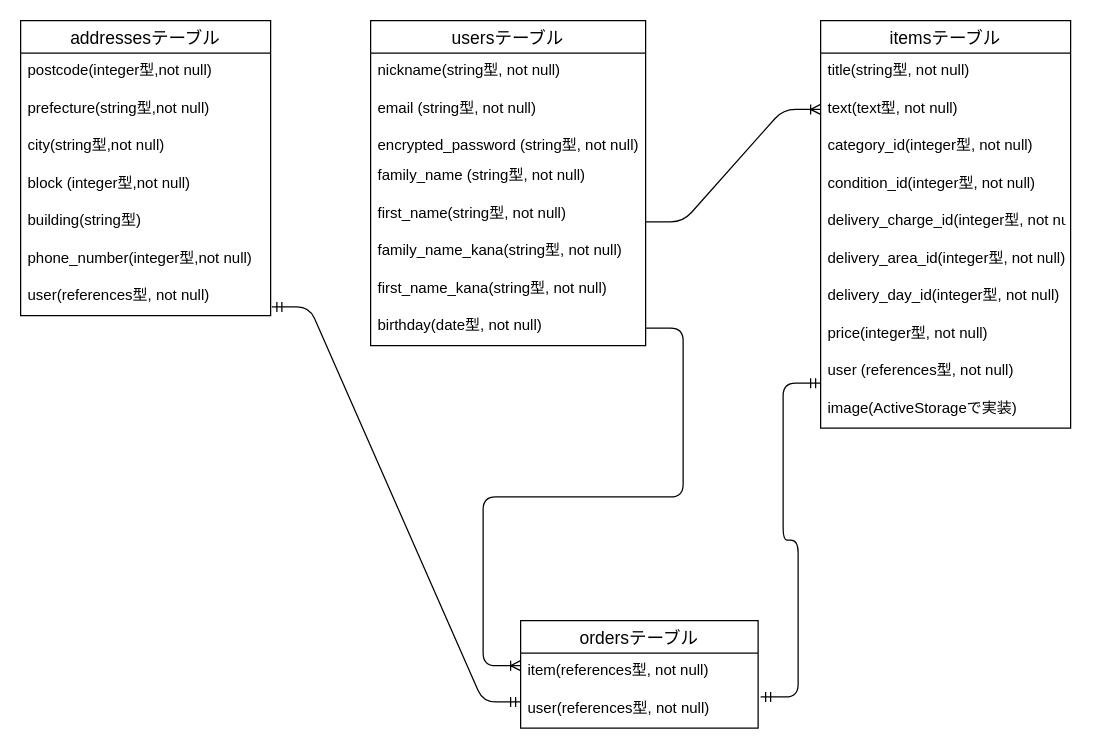
Earlier version of the draw.io diagram ER.dio (emily-08/furima-34769). Source tidied: cells renumbered, new cells numbered last; positions are measured from the earlier drawing's top-left corner, leaving out a move shared by most shapes. Both pictures are drawn from the tidied source at 125%, with x=0, y=0 at pixel (20, 20).
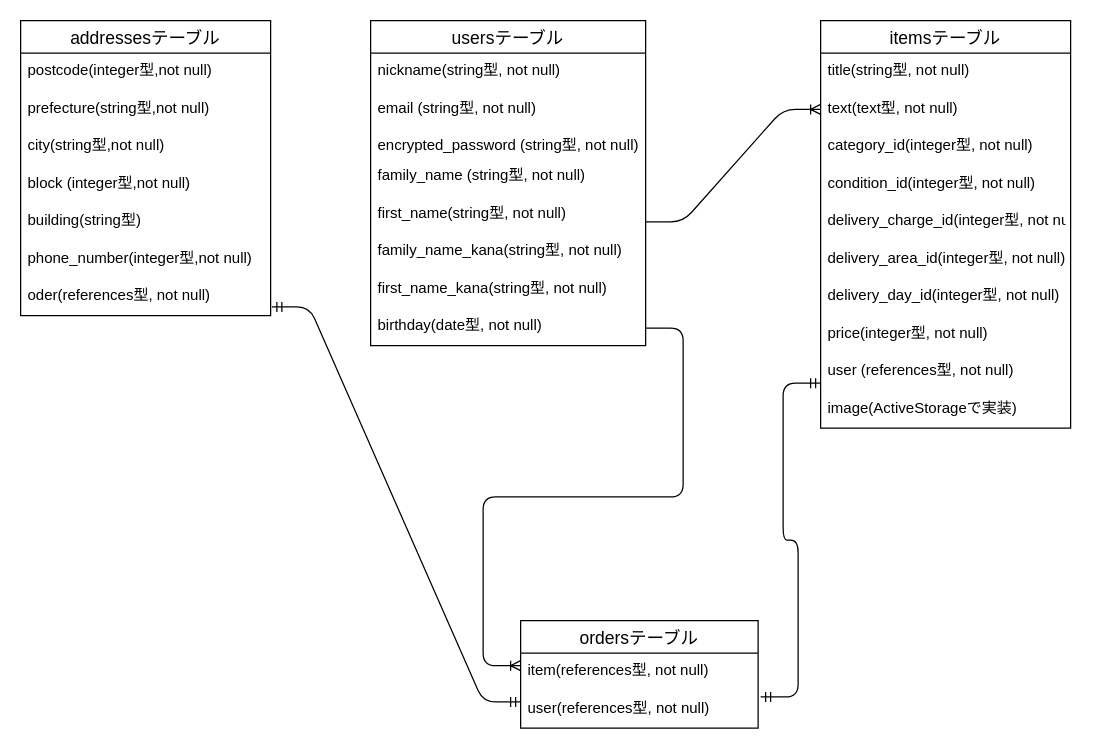
The same diagram, later.

Commit message (it also covers changes not shown here):
DB設計　修正4回目

Unchanged cells that the change refers to:
```xml
<mxCell id="22" value="addressesテーブル" style="swimlane;fontStyle=0;horizontal=1;startSize=26;align=center;fontSize=14;labelBackgroundColor=none;" parent="1" vertex="1">
  <mxGeometry width="200" height="236" as="geometry" />
</mxCell>
```

Change to the diagram source:
```diff
@@
-    <mxCell id="29" value="user(references型, not null)" style="text;strokeColor=none;fillColor=none;spacingLeft=4;spacingRight=4;overflow=hidden;points=[[0,0.5],[1,0.5]];portConstraint=eastwest;fontSize=12;" parent="22" vertex="1">
+    <mxCell id="29" value="oder(references型, not null)" style="text;strokeColor=none;fillColor=none;spacingLeft=4;spacingRight=4;overflow=hidden;points=[[0,0.5],[1,0.5]];portConstraint=eastwest;fontSize=12;" parent="22" vertex="1">
       <mxGeometry y="206" width="200" height="30" as="geometry" />
     </mxCell>
```
